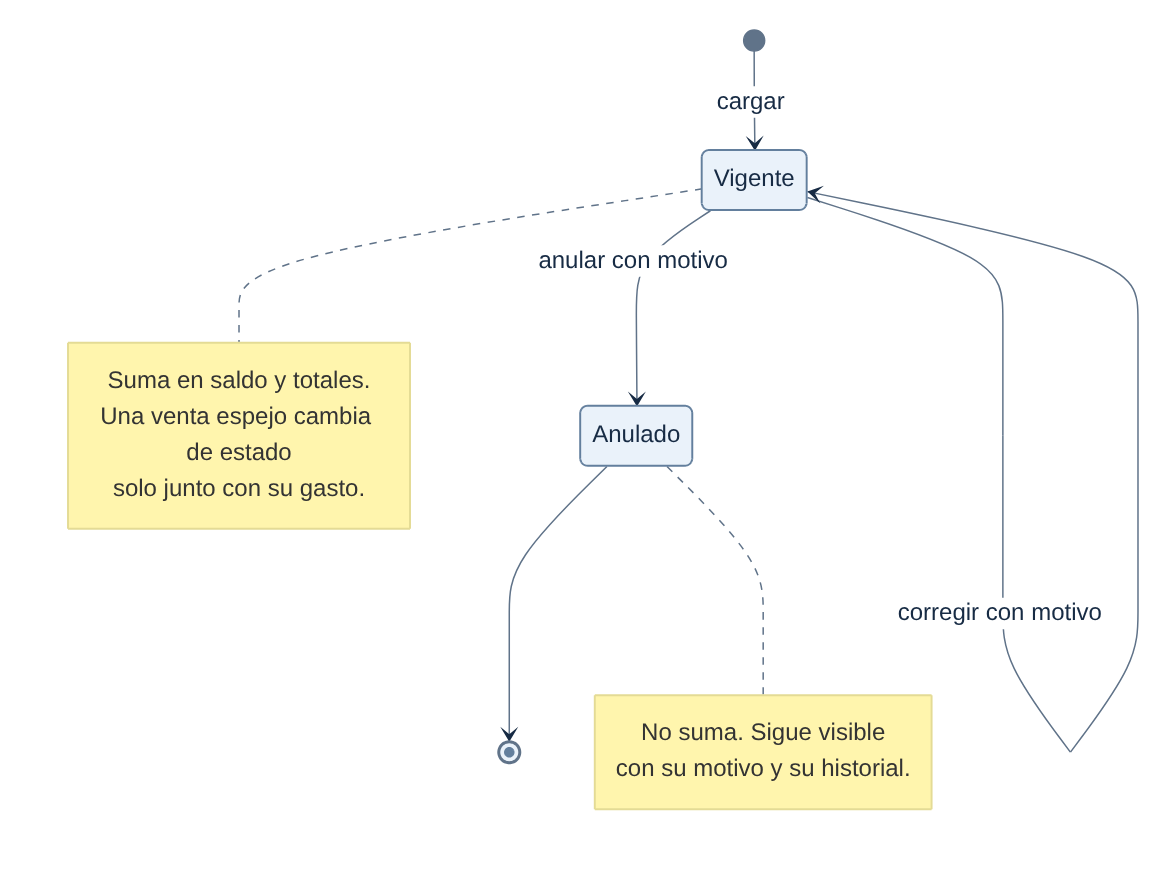
Earlier version of the Mermaid export docs/diagramas/png/EST-01.png (aleharo2003/floky-cuadernos). Its source is kept beside it as docs/diagramas/fuentes/EST-01.mmd.
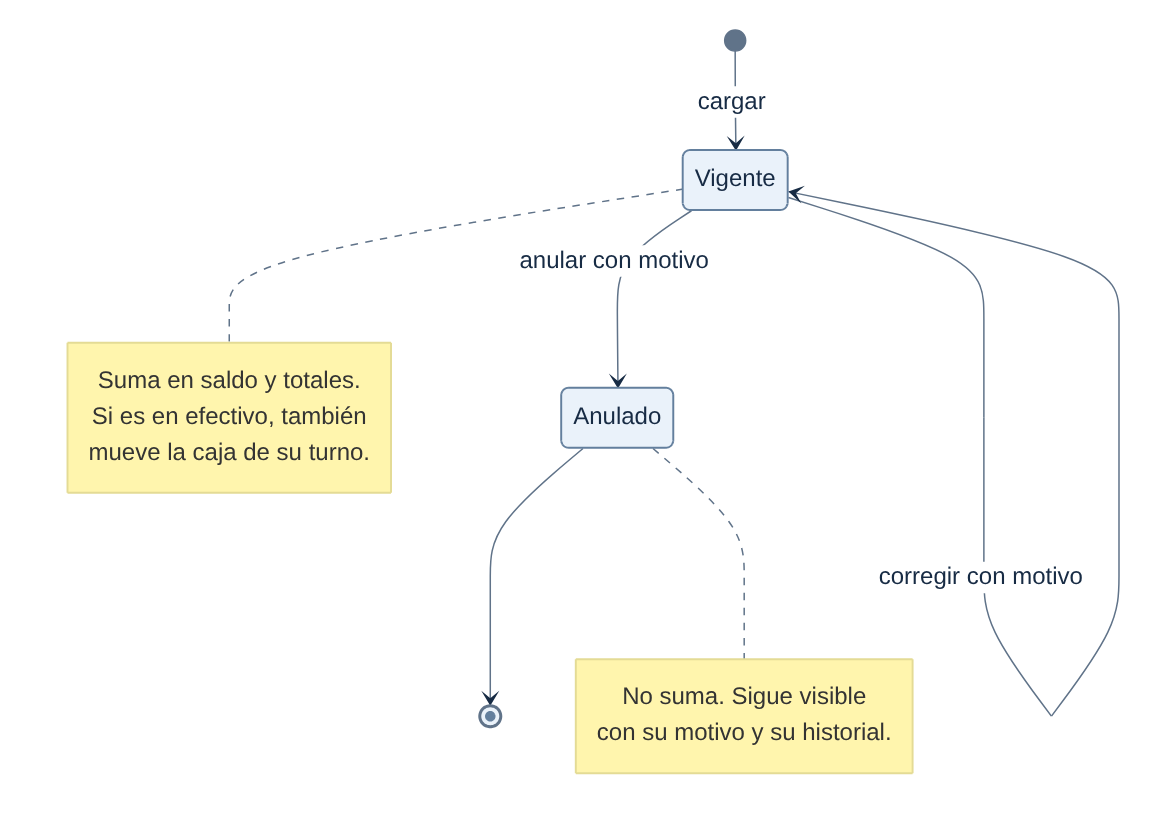
Above is the later version.

Change to the diagram source:
```diff
@@ -5,8 +5,8 @@
     Anulado --> [*]
     note right of Vigente
         Suma en saldo y totales.
-        Una venta espejo cambia de estado
-        solo junto con su gasto.
+        Si es en efectivo, también
+        mueve la caja de su turno.
     end note
     note right of Anulado
         No suma. Sigue visible
```
